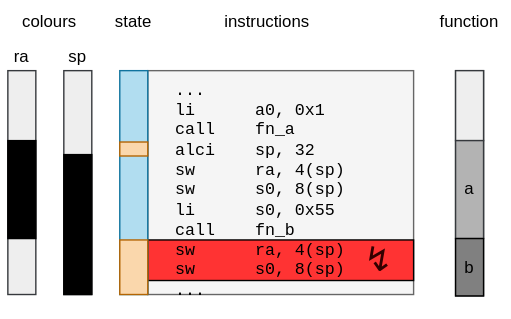
Before: docs/svg/vio_stack_colors_exception.drawio.svg, a diagram exported from draw.io (UniStuttgart-IKR/vio). Source tidied: cells renumbered, new cells last; positions are measured from the earlier drawing's top-left corner, leaving out a move shared by most shapes.
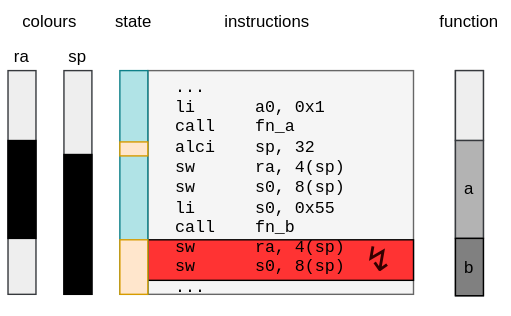
After the change.

The edit, as a diff of the source:
```diff
@@ -12,7 +12,7 @@
       <mxGeometry x="105" y="171" width="190" height="29" as="geometry" />
     </mxCell>
     <mxCell id="5" value="&lt;div&gt;...&lt;br&gt;&lt;/div&gt;&lt;div&gt;li&amp;nbsp;&amp;nbsp;&amp;nbsp;&amp;nbsp;&amp;nbsp; a0, 0x1&lt;/div&gt;call&amp;nbsp;&amp;nbsp;&amp;nbsp; fn_a&lt;br&gt;alci&amp;nbsp;&amp;nbsp;&amp;nbsp; sp, 32&lt;br&gt;sw&amp;nbsp;&amp;nbsp;&amp;nbsp;&amp;nbsp;&amp;nbsp; ra, 4(sp)&lt;br&gt;sw&amp;nbsp;&amp;nbsp;&amp;nbsp;&amp;nbsp;&amp;nbsp; s0, 8(sp)&lt;br&gt;li&amp;nbsp;&amp;nbsp;&amp;nbsp;&amp;nbsp;&amp;nbsp; s0, 0x55&lt;br&gt;&lt;div&gt;call&amp;nbsp;&amp;nbsp;&amp;nbsp; fn_b&lt;/div&gt;&lt;div&gt;sw&amp;nbsp;&amp;nbsp;&amp;nbsp;&amp;nbsp;&amp;nbsp; ra, 4(sp)&lt;/div&gt;sw&amp;nbsp;&amp;nbsp;&amp;nbsp;&amp;nbsp;&amp;nbsp; s0, 8(sp)&lt;div&gt;...&lt;/div&gt;&lt;div&gt;&lt;br&gt;&lt;/div&gt;" style="text;html=1;align=left;verticalAlign=middle;whiteSpace=wrap;rounded=0;fontFamily=Courier New;fontSize=11.9;" parent="1" vertex="1">
-      <mxGeometry x="123" y="59" width="150" height="167" as="geometry" />
+      <mxGeometry x="123" y="57" width="150" height="167" as="geometry" />
     </mxCell>
     <mxCell id="6" style="rounded=0;whiteSpace=wrap;html=1;fillColor=#eeeeee;strokeColor=#36393d;" parent="1" vertex="1">
       <mxGeometry x="45" y="50" width="20" height="160" as="geometry" />
@@ -47,13 +47,13 @@
     <mxCell id="16" style="rounded=0;whiteSpace=wrap;html=1;fillColor=#000000;" parent="1" vertex="1">
       <mxGeometry x="5" y="100" width="20" height="70" as="geometry" />
     </mxCell>
-    <mxCell id="17" style="rounded=0;whiteSpace=wrap;html=1;fillColor=#b1ddf0;strokeColor=#10739e;" parent="1" vertex="1">
+    <mxCell id="17" style="rounded=0;whiteSpace=wrap;html=1;fillColor=#b0e3e6;strokeColor=#0e8088;" parent="1" vertex="1">
       <mxGeometry x="85" y="50" width="20" height="160" as="geometry" />
     </mxCell>
-    <mxCell id="18" style="rounded=0;whiteSpace=wrap;html=1;fillColor=#fad7ac;strokeColor=#b46504;" parent="1" vertex="1">
+    <mxCell id="18" style="rounded=0;whiteSpace=wrap;html=1;fillColor=#ffe6cc;strokeColor=#d79b00;" parent="1" vertex="1">
       <mxGeometry x="85" y="171" width="20" height="39" as="geometry" />
     </mxCell>
-    <mxCell id="19" style="rounded=0;whiteSpace=wrap;html=1;fillColor=#fad7ac;strokeColor=#b46504;" parent="1" vertex="1">
+    <mxCell id="19" style="rounded=0;whiteSpace=wrap;html=1;fillColor=#ffe6cc;strokeColor=#d79b00;" parent="1" vertex="1">
       <mxGeometry x="85" y="101" width="20" height="10" as="geometry" />
     </mxCell>
     <mxCell id="20" value="instructions" style="text;html=1;align=center;verticalAlign=middle;whiteSpace=wrap;rounded=0;" parent="1" vertex="1">
```
